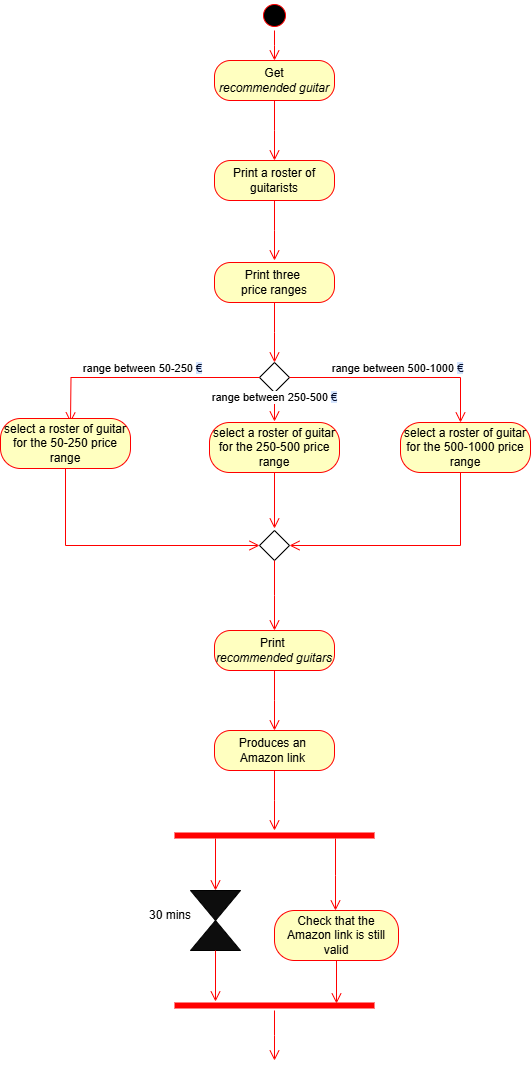
This is ActivityDiagramM.drawio.png from TizianoLilli/ISPW-Project, a draw.io export, as it was before one commit. Source tidied: cells renumbered, new cells last; positions are measured from the earlier drawing's top-left corner, leaving out a move shared by most shapes.
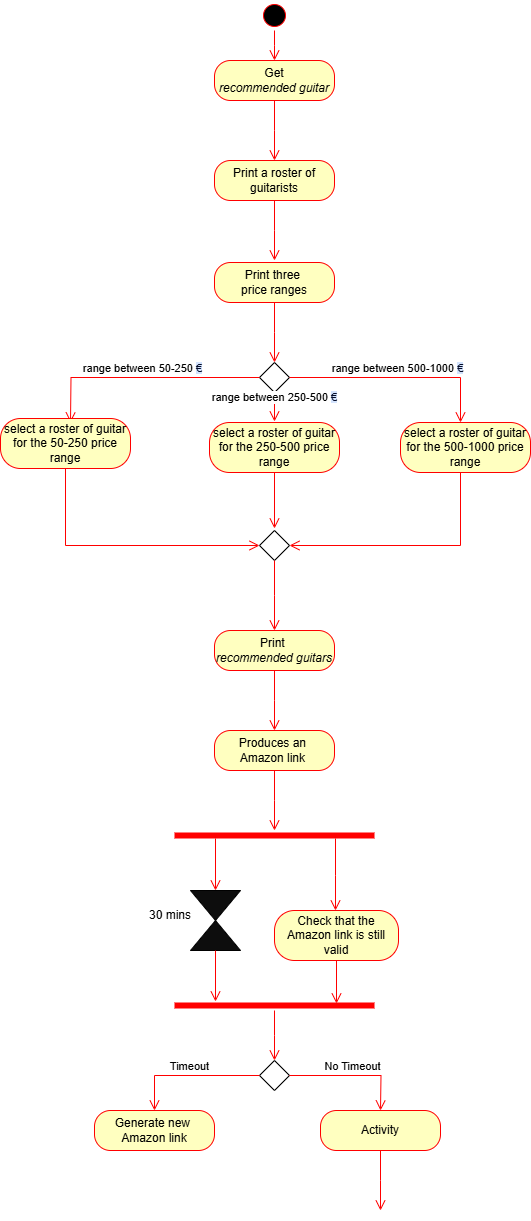
After the commit.

The edit, as a diff of the source:
```diff
@@ -126,6 +126,9 @@
     <mxCell id="29" style="edgeStyle=orthogonalEdgeStyle;html=1;verticalAlign=bottom;endArrow=open;endSize=8;strokeColor=#ff0000;rounded=0;exitX=0.5;exitY=1;exitDx=0;exitDy=0;entryX=0.81;entryY=0.3;entryDx=0;entryDy=0;entryPerimeter=0;" parent="1" edge="1" source="28" target="35">
       <mxGeometry relative="1" as="geometry" />
     </mxCell>
+    <mxCell id="37" style="rhombus;whiteSpace=wrap;html=1;" parent="1" vertex="1">
+      <mxGeometry x="259" y="1060" width="30" height="30" as="geometry" />
+    </mxCell>
     <mxCell id="30" style="triangle;whiteSpace=wrap;html=1;fillColor=#0d0d0d;direction=south;" parent="1" vertex="1">
       <mxGeometry x="190" y="890" width="50" height="30" as="geometry" />
     </mxCell>
@@ -149,5 +152,24 @@
         <mxPoint x="274" y="1060" as="targetPoint" />
       </mxGeometry>
     </mxCell>
+    <mxCell id="38" value="No Timeout" style="edgeStyle=orthogonalEdgeStyle;html=1;verticalAlign=bottom;endArrow=open;endSize=8;strokeColor=#ff0000;rounded=0;exitX=1;exitY=0.5;exitDx=0;exitDy=0;" parent="1" edge="1" source="37">
+      <mxGeometry relative="1" as="geometry">
+        <mxPoint x="380" y="1110" as="targetPoint" />
+      </mxGeometry>
+    </mxCell>
+    <mxCell id="39" value="Activity" style="rounded=1;whiteSpace=wrap;html=1;arcSize=40;fontColor=#000000;fillColor=#ffffc0;strokeColor=#ff0000;" parent="1" vertex="1">
+      <mxGeometry x="320" y="1110" width="120" height="40" as="geometry" />
+    </mxCell>
+    <mxCell id="40" style="edgeStyle=orthogonalEdgeStyle;html=1;verticalAlign=bottom;endArrow=open;endSize=8;strokeColor=#ff0000;rounded=0;" parent="1" edge="1" source="39">
+      <mxGeometry relative="1" as="geometry">
+        <mxPoint x="380" y="1210" as="targetPoint" />
+      </mxGeometry>
+    </mxCell>
+    <mxCell id="41" value="Timeout" style="edgeStyle=orthogonalEdgeStyle;html=1;verticalAlign=bottom;endArrow=open;endSize=8;strokeColor=#ff0000;rounded=0;exitX=0;exitY=0.5;exitDx=0;exitDy=0;" parent="1" edge="1" source="37" target="42">
+      <mxGeometry relative="1" as="geometry" />
+    </mxCell>
+    <mxCell id="42" value="Generate new&amp;nbsp;&lt;div&gt;Amazon link&lt;/div&gt;" style="rounded=1;whiteSpace=wrap;html=1;arcSize=40;fontColor=#000000;fillColor=#ffffc0;strokeColor=#ff0000;" parent="1" vertex="1">
+      <mxGeometry x="94" y="1110" width="120" height="40" as="geometry" />
+    </mxCell>
   </root>
 </mxGraphModel>
```
